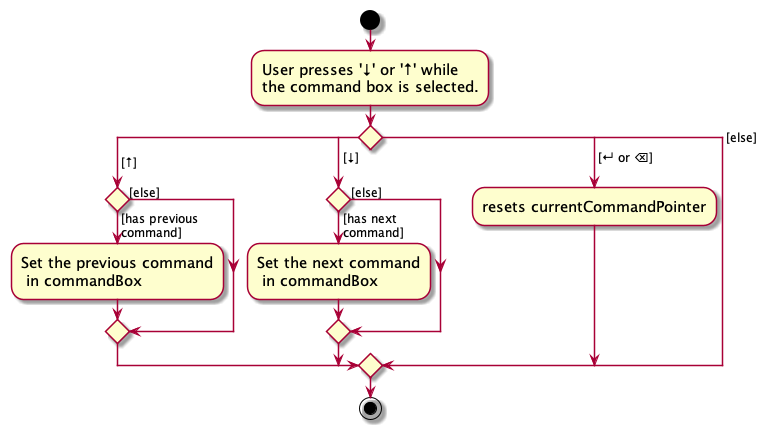
This is docs/images/CommandHistoryActivityDiagram.png from nus-cs2103-AY2324S1/tp, a PlantUML export, as it was before one commit.
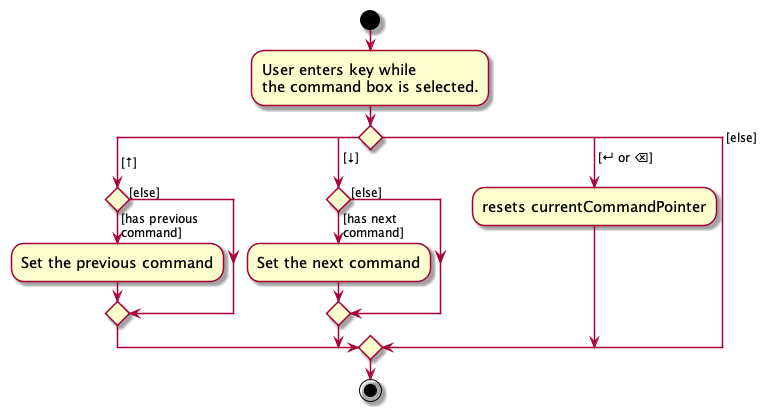
After the commit.

Change to the diagram source:
```diff
@@ -3,17 +3,17 @@
 skinparam ActivityFontSize 15
 skinparam ArrowFontSize 12
 start
-:User presses '↓' or '↑' while \nthe command box is selected.;
+:User enters key while \nthe command box is selected.;
 
 switch ()
 case ( [↑])
     if() then ([has previous\ncommand])
-    :Set the previous command\n in commandBox;
+    :Set the previous command;
     else ([else])
     endif
 case ( [↓])
     if() then ([has next\ncommand])
-    :Set the next command\n in commandBox;
+    :Set the next command;
     else ([else])
     endif
 case ( [↵ or ⌫])
```
